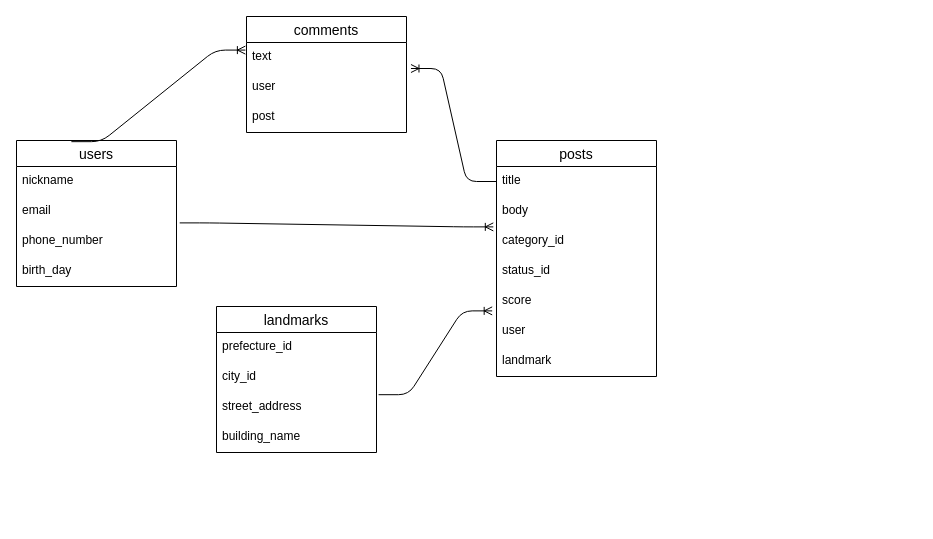
The draw.io diagram ER.dio in chantake1128/tabimemo, before the edit. Source tidied: cells renumbered, new cells numbered last; positions are measured from the earlier drawing's top-left corner, leaving out a move shared by most shapes. Both pictures are drawn from the tidied source at 100%, with x=0, y=0 at pixel (16, 16).
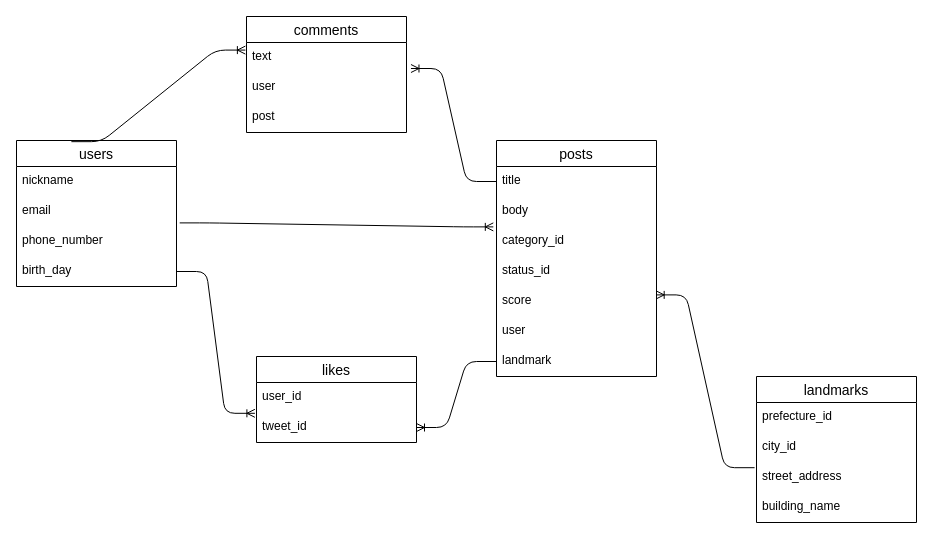
Above is the later version.

The change refers to these unchanged cells:
```xml
<mxCell id="7" value="score" style="text;strokeColor=none;fillColor=none;spacingLeft=4;spacingRight=4;overflow=hidden;points=[[0,0.5],[1,0.5]];portConstraint=eastwest;fontSize=12;" parent="2" vertex="1">
  <mxGeometry y="146" width="160" height="30" as="geometry" />
</mxCell>
<mxCell id="9" value="landmark" style="text;strokeColor=none;fillColor=none;spacingLeft=4;spacingRight=4;overflow=hidden;points=[[0,0.5],[1,0.5]];portConstraint=eastwest;fontSize=12;" parent="2" vertex="1">
  <mxGeometry y="206" width="160" height="30" as="geometry" />
</mxCell>
<mxCell id="14" value="birth_day" style="text;strokeColor=none;fillColor=none;spacingLeft=4;spacingRight=4;overflow=hidden;points=[[0,0.5],[1,0.5]];portConstraint=eastwest;fontSize=12;" parent="10" vertex="1">
  <mxGeometry y="116" width="160" height="30" as="geometry" />
</mxCell>
<mxCell id="17" value="city_id" style="text;strokeColor=none;fillColor=none;spacingLeft=4;spacingRight=4;overflow=hidden;points=[[0,0.5],[1,0.5]];portConstraint=eastwest;fontSize=12;" parent="15" vertex="1">
  <mxGeometry y="56" width="160" height="30" as="geometry" />
</mxCell>
<mxCell id="18" value="street_address" style="text;strokeColor=none;fillColor=none;spacingLeft=4;spacingRight=4;overflow=hidden;points=[[0,0.5],[1,0.5]];portConstraint=eastwest;fontSize=12;" parent="15" vertex="1">
  <mxGeometry y="86" width="160" height="30" as="geometry" />
</mxCell>
```

Diff of the diagram source:
```diff
@@
     <mxCell id="15" value="landmarks" style="swimlane;fontStyle=0;horizontal=1;startSize=26;align=center;fontSize=14;" parent="1" vertex="1">
-      <mxGeometry x="200" y="290" width="160" height="146" as="geometry" />
+      <mxGeometry x="740" y="360" width="160" height="146" as="geometry" />
     </mxCell>
@@
-    <mxCell id="25" style="edgeStyle=entityRelationEdgeStyle;fontSize=12;html=1;endArrow=ERoneToMany;entryX=-0.027;entryY=0.813;entryDx=0;entryDy=0;exitX=1.013;exitY=1.073;exitDx=0;exitDy=0;exitPerimeter=0;entryPerimeter=0;" parent="1" edge="1" source="17" target="7">
+    <mxCell id="25" style="edgeStyle=entityRelationEdgeStyle;fontSize=12;html=1;endArrow=ERoneToMany;entryX=0.998;entryY=0.28;entryDx=0;entryDy=0;exitX=-0.012;exitY=0.173;exitDx=0;exitDy=0;exitPerimeter=0;entryPerimeter=0;" parent="1" edge="1" source="18" target="7">
       <mxGeometry relative="1" as="geometry" />
     </mxCell>
@@
+    <mxCell id="28" value="likes" style="swimlane;fontStyle=0;horizontal=1;startSize=26;align=center;fontSize=14;" parent="1" vertex="1">
+      <mxGeometry x="240" y="340" width="160" height="86" as="geometry" />
+    </mxCell>
+    <mxCell id="29" value="user_id" style="text;strokeColor=none;fillColor=none;spacingLeft=4;spacingRight=4;overflow=hidden;fontSize=12;" parent="28" vertex="1">
+      <mxGeometry y="26" width="160" height="30" as="geometry" />
+    </mxCell>
+    <mxCell id="30" value="tweet_id" style="text;strokeColor=none;fillColor=none;spacingLeft=4;spacingRight=4;overflow=hidden;points=[[0,0.5],[1,0.5]];portConstraint=eastwest;fontSize=12;" parent="28" vertex="1">
+      <mxGeometry y="56" width="160" height="30" as="geometry" />
+    </mxCell>
+    <mxCell id="31" style="edgeStyle=entityRelationEdgeStyle;fontSize=12;html=1;endArrow=ERoneToMany;entryX=1;entryY=0.5;entryDx=0;entryDy=0;" parent="1" edge="1" source="9" target="30">
+      <mxGeometry relative="1" as="geometry" />
+    </mxCell>
+    <mxCell id="32" style="edgeStyle=entityRelationEdgeStyle;fontSize=12;html=1;endArrow=ERoneToMany;entryX=-0.01;entryY=0.027;entryDx=0;entryDy=0;entryPerimeter=0;exitX=1;exitY=0.5;exitDx=0;exitDy=0;" parent="1" edge="1" source="14" target="30">
+      <mxGeometry relative="1" as="geometry" />
+    </mxCell>
```
